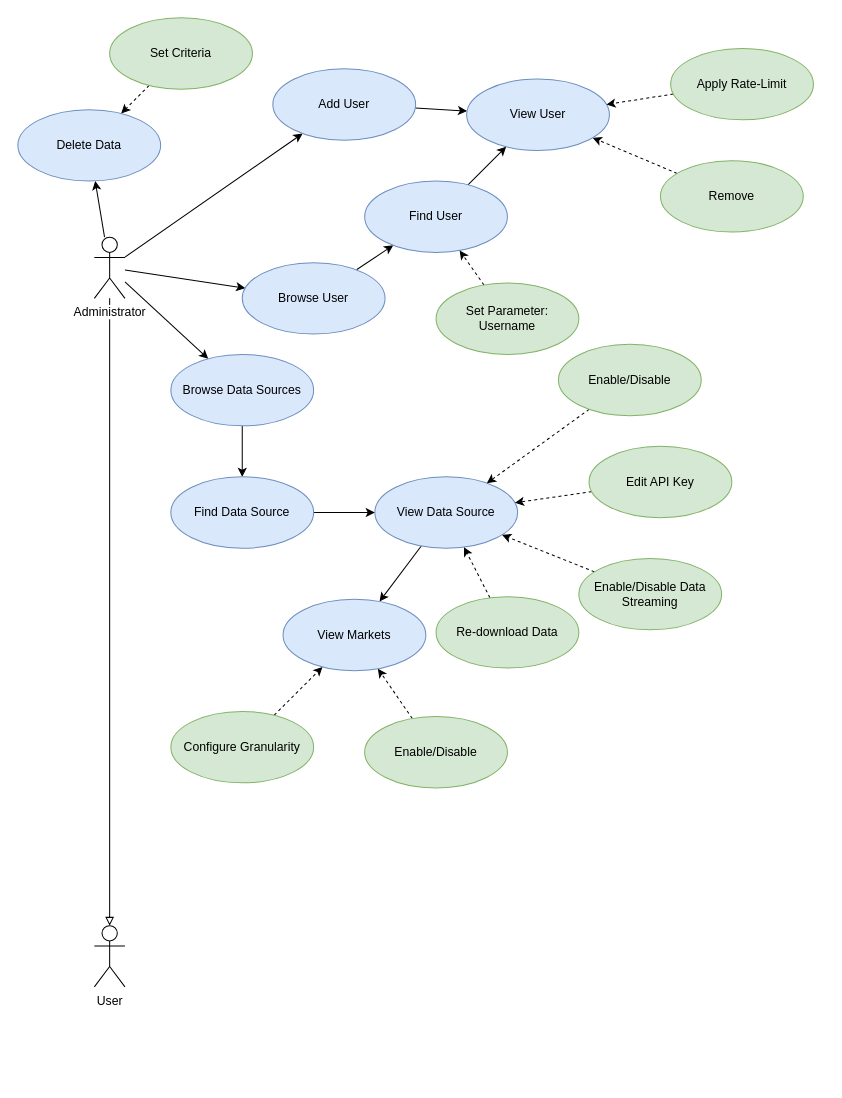
nferrante1/lsmsd2 keeps this draw.io diagram as drawio/usecases.drawio. Above is the earlier version. Source tidied: cells renumbered, new cells numbered last; positions are measured from the earlier drawing's top-left corner, leaving out a move shared by most shapes. Both pictures are drawn from the tidied source at 102%, with x=0, y=0 at pixel (17, 17).
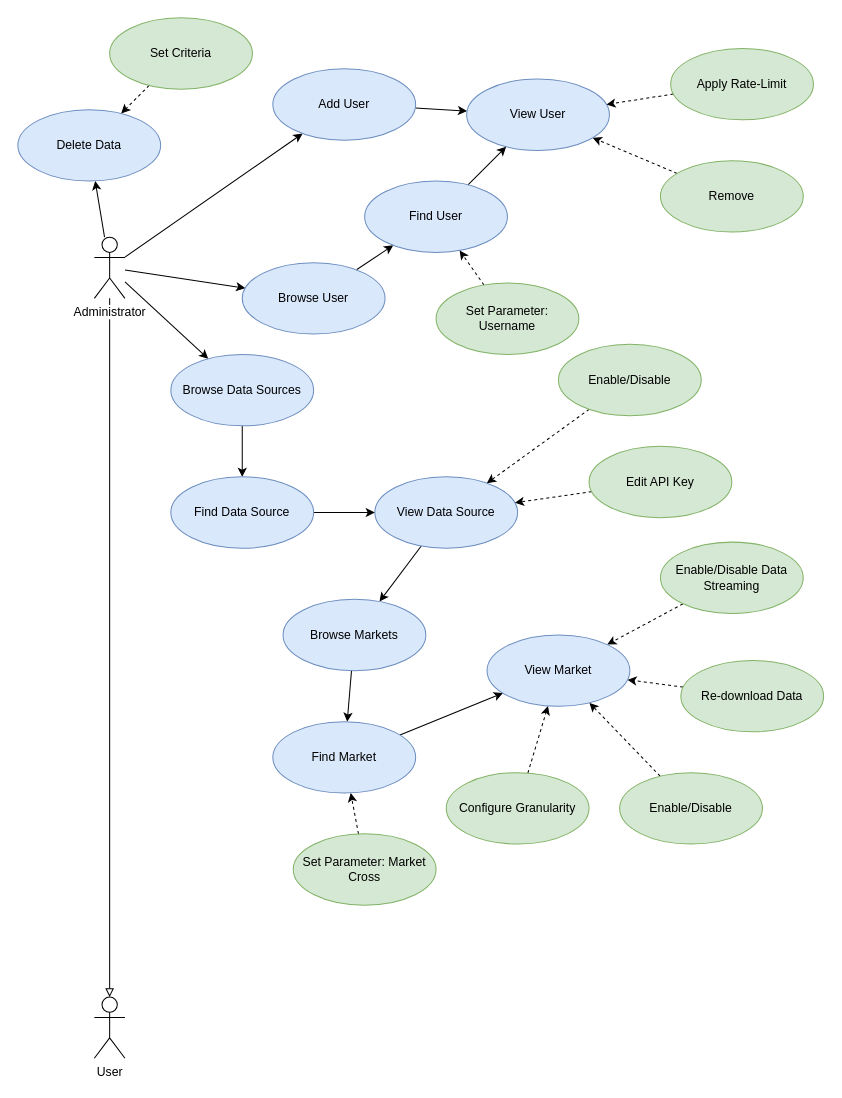
The same page after the edit.

Commit message:
Move config use cases as extend to View Market

The change refers to these unchanged cells:
```xml
<mxCell id="14" value="View Data Source" style="ellipse;whiteSpace=wrap;html=1;fillColor=#dae8fc;strokeColor=#6c8ebf;" parent="1" vertex="1">
  <mxGeometry x="350" y="450" width="140" height="70" as="geometry" />
</mxCell>
```

Change to the diagram source:
```diff
@@
     <mxCell id="8" value="&lt;div&gt;User&lt;/div&gt;" style="shape=umlActor;verticalLabelPosition=bottom;labelBackgroundColor=#ffffff;verticalAlign=top;html=1;" parent="1" vertex="1">
-      <mxGeometry x="75" y="890" width="30" height="60" as="geometry" />
+      <mxGeometry x="75" y="960" width="30" height="60" as="geometry" />
     </mxCell>
@@
-    <mxCell id="17" style="edgeStyle=none;rounded=0;jettySize=auto;html=1;dashed=1;" parent="1" edge="1" source="18" target="26">
-      <mxGeometry relative="1" as="geometry" />
-    </mxCell>
+    <mxCell id="44" style="edgeStyle=none;rounded=0;jettySize=auto;html=1;dashed=1;endArrow=classic;endFill=1;" parent="1" edge="1" source="18" target="53">
+      <mxGeometry relative="1" as="geometry" />
+    </mxCell>
     <mxCell id="18" value="Configure Granularity" style="ellipse;whiteSpace=wrap;html=1;fillColor=#d5e8d4;strokeColor=#82b366;" parent="1" vertex="1">
-      <mxGeometry x="150" y="680" width="140" height="70" as="geometry" />
+      <mxGeometry x="420" y="740" width="140" height="70" as="geometry" />
     </mxCell>
@@
+    <mxCell id="45" style="edgeStyle=none;rounded=0;jettySize=auto;html=1;endArrow=classic;endFill=1;" parent="1" edge="1" source="26" target="50">
+      <mxGeometry relative="1" as="geometry" />
+    </mxCell>
-    <mxCell id="26" value="View Markets" style="ellipse;whiteSpace=wrap;html=1;fillColor=#dae8fc;strokeColor=#6c8ebf;" parent="1" vertex="1">
+    <mxCell id="26" value="Browse Markets" style="ellipse;whiteSpace=wrap;html=1;fillColor=#dae8fc;strokeColor=#6c8ebf;" parent="1" vertex="1">
       <mxGeometry x="260" y="570" width="140" height="70" as="geometry" />
     </mxCell>
-    <mxCell id="27" style="edgeStyle=none;rounded=0;jettySize=auto;html=1;dashed=1;" parent="1" edge="1" source="28" target="26">
-      <mxGeometry relative="1" as="geometry" />
-    </mxCell>
+    <mxCell id="46" style="edgeStyle=none;rounded=0;jettySize=auto;html=1;dashed=1;endArrow=classic;endFill=1;" parent="1" edge="1" source="28" target="53">
+      <mxGeometry relative="1" as="geometry" />
+    </mxCell>
     <mxCell id="28" value="Enable/Disable" style="ellipse;whiteSpace=wrap;html=1;fillColor=#d5e8d4;strokeColor=#82b366;" parent="1" vertex="1">
-      <mxGeometry x="340" y="685" width="140" height="70" as="geometry" />
+      <mxGeometry x="590" y="740" width="140" height="70" as="geometry" />
     </mxCell>
@@
-    <mxCell id="36" style="edgeStyle=none;rounded=0;jettySize=auto;html=1;dashed=1;" parent="1" edge="1" source="37" target="14">
-      <mxGeometry relative="1" as="geometry" />
-    </mxCell>
+    <mxCell id="47" style="edgeStyle=none;rounded=0;jettySize=auto;html=1;endArrow=classic;endFill=1;dashed=1;" parent="1" edge="1" source="37" target="53">
+      <mxGeometry relative="1" as="geometry" />
+    </mxCell>
     <mxCell id="37" value="Enable/Disable Data Streaming" style="ellipse;whiteSpace=wrap;html=1;fillColor=#d5e8d4;strokeColor=#82b366;" parent="1" vertex="1">
-      <mxGeometry x="550" y="530" width="140" height="70" as="geometry" />
+      <mxGeometry x="630" y="514" width="140" height="70" as="geometry" />
     </mxCell>
-    <mxCell id="38" style="edgeStyle=none;rounded=0;jettySize=auto;html=1;dashed=1;" parent="1" edge="1" source="39" target="14">
-      <mxGeometry relative="1" as="geometry" />
-    </mxCell>
+    <mxCell id="48" style="edgeStyle=none;rounded=0;jettySize=auto;html=1;dashed=1;endArrow=classic;endFill=1;" parent="1" edge="1" source="39" target="53">
+      <mxGeometry relative="1" as="geometry" />
+    </mxCell>
     <mxCell id="39" value="Re-download Data" style="ellipse;whiteSpace=wrap;html=1;fillColor=#d5e8d4;strokeColor=#82b366;" parent="1" vertex="1">
-      <mxGeometry x="410" y="567.5" width="140" height="70" as="geometry" />
+      <mxGeometry x="650" y="630" width="140" height="70" as="geometry" />
     </mxCell>
@@
+    <mxCell id="49" style="edgeStyle=none;rounded=0;jettySize=auto;html=1;endArrow=classic;endFill=1;" parent="1" edge="1" source="50" target="53">
+      <mxGeometry relative="1" as="geometry" />
+    </mxCell>
+    <mxCell id="50" value="Find Market" style="ellipse;whiteSpace=wrap;html=1;fillColor=#dae8fc;strokeColor=#6c8ebf;" parent="1" vertex="1">
+      <mxGeometry x="250" y="690" width="140" height="70" as="geometry" />
+    </mxCell>
+    <mxCell id="51" style="edgeStyle=none;rounded=0;jettySize=auto;html=1;dashed=1;endArrow=classic;endFill=1;" parent="1" edge="1" source="52" target="50">
+      <mxGeometry relative="1" as="geometry" />
+    </mxCell>
+    <mxCell id="52" value="Set Parameter: Market Cross" style="ellipse;whiteSpace=wrap;html=1;fillColor=#d5e8d4;strokeColor=#82b366;" parent="1" vertex="1">
+      <mxGeometry x="270" y="800" width="140" height="70" as="geometry" />
+    </mxCell>
+    <mxCell id="53" value="View Market" style="ellipse;whiteSpace=wrap;html=1;fillColor=#dae8fc;strokeColor=#6c8ebf;" parent="1" vertex="1">
+      <mxGeometry x="460" y="605" width="140" height="70" as="geometry" />
+    </mxCell>
```
